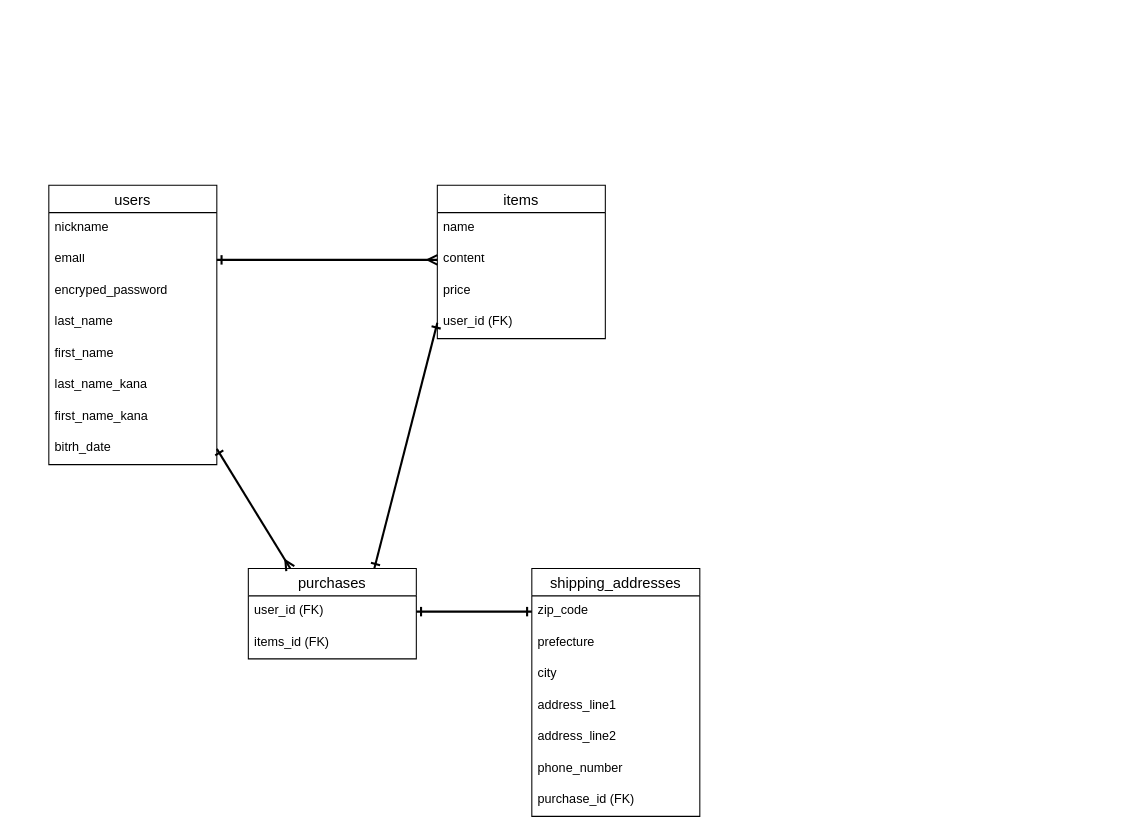
Earlier version of the draw.io diagram er.dio (tsubasafj/furima-37918). Source tidied: cells renumbered, new cells numbered last; positions are measured from the earlier drawing's top-left corner, leaving out a move shared by most shapes. Both pictures are drawn from the tidied source at 105%, with x=0, y=0 at pixel (48, 185).
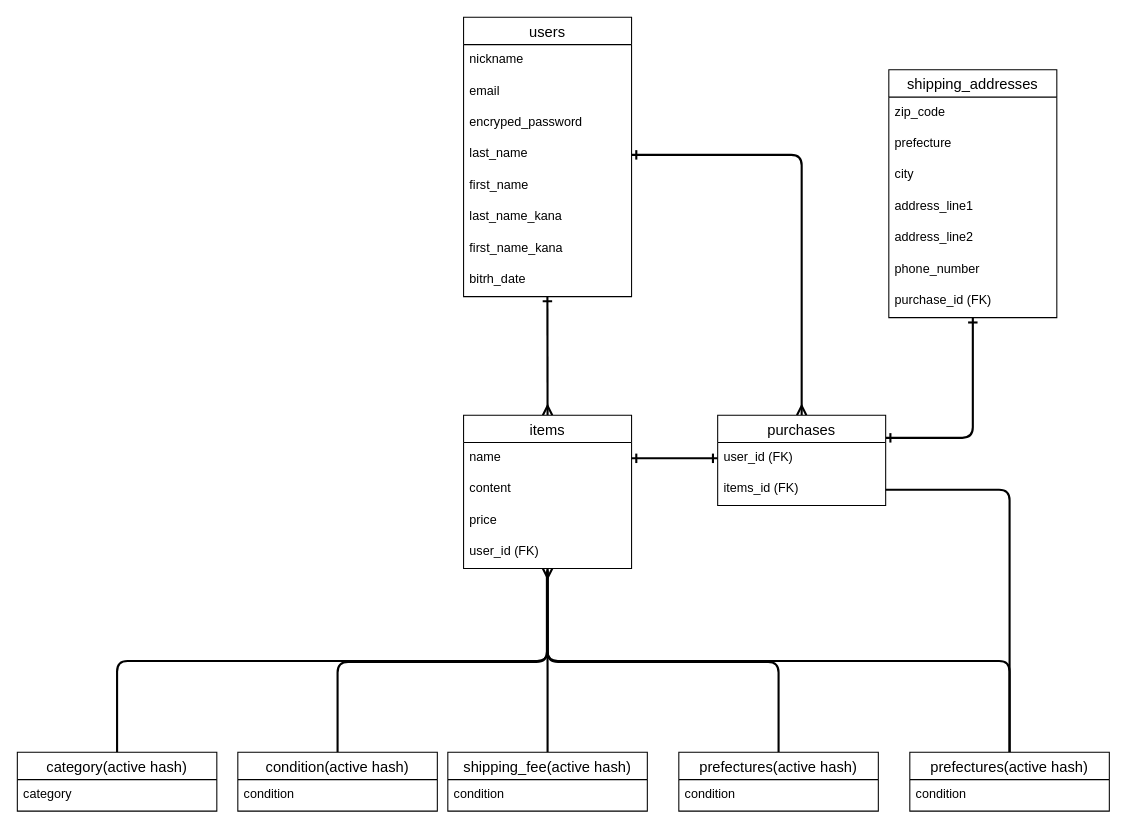
The same page after the edit.

Commit message (it also covers changes not shown here):
データベース設計の修正

The change refers to these unchanged cells:
```xml
<mxCell id="5" value="email" style="text;strokeColor=none;fillColor=none;spacingLeft=4;spacingRight=4;overflow=hidden;points=[[0,0.5],[1,0.5]];portConstraint=eastwest;fontSize=12;" parent="3" vertex="1">
  <mxGeometry y="56" width="160" height="30" as="geometry" />
</mxCell>
<mxCell id="7" value="last_name" style="text;strokeColor=none;fillColor=none;spacingLeft=4;spacingRight=4;overflow=hidden;points=[[0,0.5],[1,0.5]];portConstraint=eastwest;fontSize=12;" parent="3" vertex="1">
  <mxGeometry y="116" width="160" height="30" as="geometry" />
</mxCell>
<mxCell id="11" value="bitrh_date&#10;" style="text;strokeColor=none;fillColor=none;spacingLeft=4;spacingRight=4;overflow=hidden;points=[[0,0.5],[1,0.5]];portConstraint=eastwest;fontSize=12;" parent="3" vertex="1">
  <mxGeometry y="236" width="160" height="30" as="geometry" />
</mxCell>
<mxCell id="13" value="name" style="text;strokeColor=none;fillColor=none;spacingLeft=4;spacingRight=4;overflow=hidden;points=[[0,0.5],[1,0.5]];portConstraint=eastwest;fontSize=12;" parent="12" vertex="1">
  <mxGeometry y="26" width="160" height="30" as="geometry" />
</mxCell>
<mxCell id="14" value="content" style="text;strokeColor=none;fillColor=none;spacingLeft=4;spacingRight=4;overflow=hidden;points=[[0,0.5],[1,0.5]];portConstraint=eastwest;fontSize=12;" parent="12" vertex="1">
  <mxGeometry y="56" width="160" height="30" as="geometry" />
</mxCell>
<mxCell id="16" value="user_id (FK)" style="text;strokeColor=none;fillColor=none;spacingLeft=4;spacingRight=4;overflow=hidden;points=[[0,0.5],[1,0.5]];portConstraint=eastwest;fontSize=12;" parent="12" vertex="1">
  <mxGeometry y="116" width="160" height="30" as="geometry" />
</mxCell>
<mxCell id="18" value="user_id (FK)" style="text;strokeColor=none;fillColor=none;spacingLeft=4;spacingRight=4;overflow=hidden;points=[[0,0.5],[1,0.5]];portConstraint=eastwest;fontSize=12;" parent="17" vertex="1">
  <mxGeometry y="26" width="160" height="30" as="geometry" />
</mxCell>
<mxCell id="19" value="items_id (FK)" style="text;strokeColor=none;fillColor=none;spacingLeft=4;spacingRight=4;overflow=hidden;points=[[0,0.5],[1,0.5]];portConstraint=eastwest;fontSize=12;" parent="17" vertex="1">
  <mxGeometry y="56" width="160" height="30" as="geometry" />
</mxCell>
<mxCell id="23" value="zip_code" style="text;strokeColor=none;fillColor=none;spacingLeft=4;spacingRight=4;overflow=hidden;points=[[0,0.5],[1,0.5]];portConstraint=eastwest;fontSize=12;" parent="22" vertex="1">
  <mxGeometry y="26" width="160" height="30" as="geometry" />
</mxCell>
<mxCell id="29" value="purchase_id (FK)" style="text;strokeColor=none;fillColor=none;spacingLeft=4;spacingRight=4;overflow=hidden;points=[[0,0.5],[1,0.5]];portConstraint=eastwest;fontSize=12;" parent="22" vertex="1">
  <mxGeometry y="206" width="160" height="30" as="geometry" />
</mxCell>
```

Diff of the diagram source:
```diff
@@
-    <mxCell id="2" style="edgeStyle=none;html=1;exitX=1;exitY=0.5;exitDx=0;exitDy=0;startArrow=ERone;startFill=0;endArrow=ERmany;endFill=0;entryX=0;entryY=0.5;entryDx=0;entryDy=0;strokeWidth=2;" parent="1" edge="1" source="5" target="14">
-      <mxGeometry relative="1" as="geometry" />
-    </mxCell>
     <mxCell id="3" value="users" style="swimlane;fontStyle=0;horizontal=1;startSize=26;align=center;fontSize=14;" parent="1" vertex="1">
-      <mxGeometry width="160" height="266" as="geometry" />
+      <mxGeometry x="395" y="-160" width="160" height="266" as="geometry" />
     </mxCell>
@@
+    <mxCell id="31" style="edgeStyle=elbowEdgeStyle;html=1;exitX=0.5;exitY=1;exitDx=0;exitDy=0;exitPerimeter=0;elbow=vertical;startArrow=ERmany;startFill=0;strokeWidth=2;endArrow=none;endFill=0;" parent="1" edge="1" source="16" target="35">
+      <mxGeometry relative="1" as="geometry">
+        <Array as="points">
+          <mxPoint x="210" y="453" />
+        </Array>
+      </mxGeometry>
+    </mxCell>
+    <mxCell id="32" style="edgeStyle=none;rounded=1;html=1;exitX=0.5;exitY=0;exitDx=0;exitDy=0;startArrow=ERmany;startFill=0;endArrow=ERone;endFill=0;strokeWidth=2;entryX=0.499;entryY=0.995;entryDx=0;entryDy=0;entryPerimeter=0;" parent="1" edge="1" source="12" target="11">
+      <mxGeometry relative="1" as="geometry" />
+    </mxCell>
     <mxCell id="12" value="items" style="swimlane;fontStyle=0;horizontal=1;startSize=26;align=center;fontSize=14;" parent="1" vertex="1">
-      <mxGeometry x="370" width="160" height="146" as="geometry" />
+      <mxGeometry x="395" y="219" width="160" height="146" as="geometry" />
     </mxCell>
@@
+    <mxCell id="33" style="edgeStyle=orthogonalEdgeStyle;rounded=1;html=1;exitX=1;exitY=0.25;exitDx=0;exitDy=0;startArrow=ERone;startFill=0;endArrow=ERone;endFill=0;strokeWidth=2;entryX=0.5;entryY=1.004;entryDx=0;entryDy=0;entryPerimeter=0;" parent="1" edge="1" source="17" target="29">
+      <mxGeometry relative="1" as="geometry" />
+    </mxCell>
+    <mxCell id="34" style="edgeStyle=orthogonalEdgeStyle;rounded=1;html=1;exitX=0.5;exitY=0;exitDx=0;exitDy=0;entryX=1;entryY=0.5;entryDx=0;entryDy=0;startArrow=ERmany;startFill=0;endArrow=ERone;endFill=0;strokeWidth=2;" parent="1" edge="1" source="17" target="7">
+      <mxGeometry relative="1" as="geometry" />
+    </mxCell>
     <mxCell id="17" value="purchases" style="swimlane;fontStyle=0;horizontal=1;startSize=26;align=center;fontSize=14;" parent="1" vertex="1">
-      <mxGeometry x="190" y="365" width="160" height="86" as="geometry" />
+      <mxGeometry x="637" y="219" width="160" height="86" as="geometry" />
     </mxCell>
@@
-    <mxCell id="20" style="edgeStyle=none;html=1;exitX=1;exitY=0.5;exitDx=0;exitDy=0;entryX=0.25;entryY=0;entryDx=0;entryDy=0;startArrow=ERone;startFill=0;endArrow=ERmany;endFill=0;strokeWidth=2;" parent="1" edge="1" source="11" target="17">
-      <mxGeometry relative="1" as="geometry" />
-    </mxCell>
-    <mxCell id="21" style="edgeStyle=none;html=1;exitX=0;exitY=0.5;exitDx=0;exitDy=0;entryX=0.75;entryY=0;entryDx=0;entryDy=0;startArrow=ERone;startFill=0;endArrow=ERone;endFill=0;strokeWidth=2;" parent="1" edge="1" source="16" target="17">
-      <mxGeometry relative="1" as="geometry" />
-    </mxCell>
     <mxCell id="22" value="shipping_addresses" style="swimlane;fontStyle=0;horizontal=1;startSize=26;align=center;fontSize=14;" parent="1" vertex="1">
-      <mxGeometry x="460" y="365" width="160" height="236" as="geometry" />
+      <mxGeometry x="800" y="-110" width="160" height="236" as="geometry" />
     </mxCell>
@@
-    <mxCell id="30" style="edgeStyle=none;html=1;exitX=1;exitY=0.5;exitDx=0;exitDy=0;entryX=0;entryY=0.5;entryDx=0;entryDy=0;startArrow=ERone;startFill=0;endArrow=ERone;endFill=0;strokeWidth=2;" parent="1" edge="1" source="18" target="23">
-      <mxGeometry relative="1" as="geometry" />
-    </mxCell>
+    <mxCell id="35" value="category(active hash)" style="swimlane;fontStyle=0;horizontal=1;startSize=26;align=center;fontSize=14;" parent="1" vertex="1">
+      <mxGeometry x="-30" y="540" width="190" height="56" as="geometry" />
+    </mxCell>
+    <mxCell id="36" value="category" style="text;strokeColor=none;fillColor=none;spacingLeft=4;spacingRight=4;overflow=hidden;fontSize=12;" parent="35" vertex="1">
+      <mxGeometry y="26" width="190" height="30" as="geometry" />
+    </mxCell>
+    <mxCell id="37" style="edgeStyle=elbowEdgeStyle;rounded=1;elbow=vertical;html=1;startArrow=none;startFill=0;endArrow=none;endFill=0;strokeWidth=2;entryX=0.496;entryY=1.089;entryDx=0;entryDy=0;entryPerimeter=0;" parent="1" edge="1" source="38" target="16">
+      <mxGeometry relative="1" as="geometry" />
+    </mxCell>
+    <mxCell id="38" value="condition(active hash)" style="swimlane;fontStyle=0;horizontal=1;startSize=26;align=center;fontSize=14;" parent="1" vertex="1">
+      <mxGeometry x="180" y="540" width="190" height="56" as="geometry" />
+    </mxCell>
+    <mxCell id="39" value="condition" style="text;strokeColor=none;fillColor=none;spacingLeft=4;spacingRight=4;overflow=hidden;fontSize=12;" parent="38" vertex="1">
+      <mxGeometry y="26" width="190" height="30" as="geometry" />
+    </mxCell>
+    <mxCell id="40" style="edgeStyle=elbowEdgeStyle;rounded=1;elbow=vertical;html=1;exitX=0.5;exitY=0;exitDx=0;exitDy=0;entryX=0.497;entryY=1.106;entryDx=0;entryDy=0;entryPerimeter=0;startArrow=none;startFill=0;endArrow=none;endFill=0;strokeWidth=2;" parent="1" edge="1" source="41" target="16">
+      <mxGeometry relative="1" as="geometry" />
+    </mxCell>
+    <mxCell id="41" value="shipping_fee(active hash)" style="swimlane;fontStyle=0;horizontal=1;startSize=26;align=center;fontSize=14;" parent="1" vertex="1">
+      <mxGeometry x="380" y="540" width="190" height="56" as="geometry" />
+    </mxCell>
+    <mxCell id="42" value="condition" style="text;strokeColor=none;fillColor=none;spacingLeft=4;spacingRight=4;overflow=hidden;fontSize=12;" parent="41" vertex="1">
+      <mxGeometry y="26" width="190" height="30" as="geometry" />
+    </mxCell>
+    <mxCell id="43" style="edgeStyle=elbowEdgeStyle;rounded=1;elbow=vertical;html=1;exitX=0.5;exitY=0;exitDx=0;exitDy=0;entryX=0.5;entryY=1.072;entryDx=0;entryDy=0;entryPerimeter=0;startArrow=none;startFill=0;endArrow=none;endFill=0;strokeWidth=2;" parent="1" edge="1" source="44" target="16">
+      <mxGeometry relative="1" as="geometry" />
+    </mxCell>
+    <mxCell id="44" value="prefectures(active hash)" style="swimlane;fontStyle=0;horizontal=1;startSize=26;align=center;fontSize=14;" parent="1" vertex="1">
+      <mxGeometry x="600" y="540" width="190" height="56" as="geometry" />
+    </mxCell>
+    <mxCell id="45" value="condition" style="text;strokeColor=none;fillColor=none;spacingLeft=4;spacingRight=4;overflow=hidden;fontSize=12;" parent="44" vertex="1">
+      <mxGeometry y="26" width="190" height="30" as="geometry" />
+    </mxCell>
+    <mxCell id="46" style="edgeStyle=elbowEdgeStyle;rounded=1;elbow=vertical;html=1;exitX=0.5;exitY=0;exitDx=0;exitDy=0;entryX=0.499;entryY=1.033;entryDx=0;entryDy=0;entryPerimeter=0;startArrow=none;startFill=0;endArrow=none;endFill=0;strokeWidth=2;" parent="1" edge="1" source="48" target="16">
+      <mxGeometry relative="1" as="geometry" />
+    </mxCell>
+    <mxCell id="47" style="edgeStyle=orthogonalEdgeStyle;rounded=1;html=1;exitX=0.5;exitY=0;exitDx=0;exitDy=0;startArrow=none;startFill=0;endArrow=none;endFill=0;strokeWidth=2;elbow=vertical;entryX=1;entryY=0.5;entryDx=0;entryDy=0;" parent="1" edge="1" source="48" target="19">
+      <mxGeometry relative="1" as="geometry" />
+    </mxCell>
+    <mxCell id="48" value="prefectures(active hash)" style="swimlane;fontStyle=0;horizontal=1;startSize=26;align=center;fontSize=14;" parent="1" vertex="1">
+      <mxGeometry x="820" y="540" width="190" height="56" as="geometry" />
+    </mxCell>
+    <mxCell id="49" value="condition" style="text;strokeColor=none;fillColor=none;spacingLeft=4;spacingRight=4;overflow=hidden;fontSize=12;" parent="48" vertex="1">
+      <mxGeometry y="26" width="190" height="30" as="geometry" />
+    </mxCell>
+    <mxCell id="50" style="rounded=1;html=1;exitX=1;exitY=0.5;exitDx=0;exitDy=0;entryX=0;entryY=0.5;entryDx=0;entryDy=0;startArrow=ERone;startFill=0;endArrow=ERone;endFill=0;strokeWidth=2;" parent="1" edge="1" source="13" target="18">
+      <mxGeometry relative="1" as="geometry" />
+    </mxCell>
```
